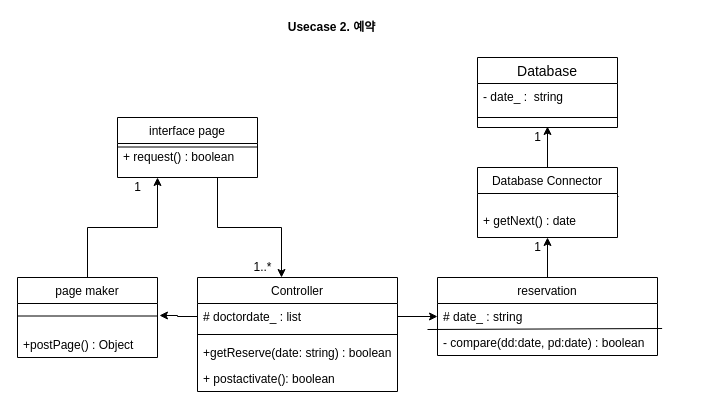
yhb1834/Smart-Health-Prediction-System keeps this draw.io diagram as doctor/class diagram/UC2.drawio. Above is the earlier version. Source tidied: cells renumbered, new cells numbered last; positions are measured from the earlier drawing's top-left corner, leaving out a move shared by most shapes. Both pictures are drawn from the tidied source at 100%, with x=0, y=0 at pixel (17, 17).
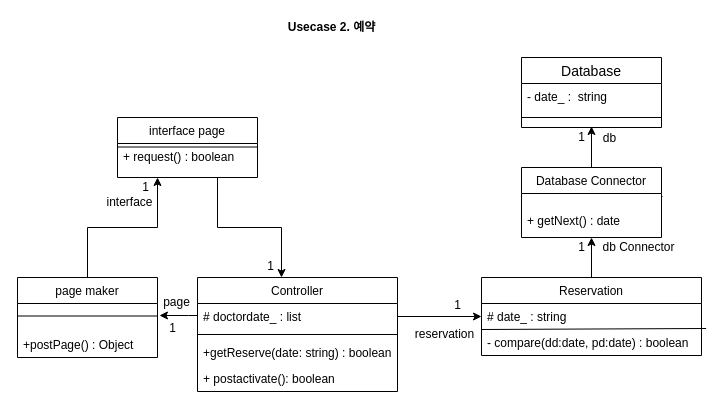
The same page after the edit.

The change refers to these unchanged cells:
```xml
<mxCell id="6" value="- compare(dd:date, pd:date) : boolean" style="text;strokeColor=none;fillColor=none;align=left;verticalAlign=top;spacingLeft=4;spacingRight=4;overflow=hidden;points=[[0,0.5],[1,0.5]];portConstraint=eastwest;" parent="3" vertex="1">
  <mxGeometry y="52" width="220" height="26" as="geometry" />
</mxCell>
<mxCell id="8" value="# doctordate_ : list" style="text;strokeColor=none;fillColor=none;align=left;verticalAlign=top;spacingLeft=4;spacingRight=4;overflow=hidden;points=[[0,0.5],[1,0.5]];portConstraint=eastwest;" parent="7" vertex="1">
  <mxGeometry y="26" width="200" height="26" as="geometry" />
</mxCell>
<mxCell id="26" value="&#10;&#10;+postPage() : Object" style="text;strokeColor=none;fillColor=none;align=left;verticalAlign=top;spacingLeft=4;spacingRight=4;overflow=hidden;points=[[0,0.5],[1,0.5]];portConstraint=eastwest;" parent="1" vertex="1">
  <mxGeometry y="286" width="140" height="54" as="geometry" />
</mxCell>
```

What changed in the source:
```diff
@@
-    <mxCell id="3" value="reservation" style="swimlane;fontStyle=0;horizontal=1;startSize=26;fillColor=none;" parent="1" vertex="1">
-      <mxGeometry x="420" y="260" width="220" height="78" as="geometry" />
+    <mxCell id="3" value="Reservation" style="swimlane;fontStyle=0;horizontal=1;startSize=26;fillColor=none;" parent="1" vertex="1">
+      <mxGeometry x="464" y="260" width="220" height="78" as="geometry" />
     </mxCell>
@@
-    <mxCell id="5" style="endArrow=none;html=1;rounded=0;entryX=1.021;entryY=-0.038;entryDx=0;entryDy=0;entryPerimeter=0;" parent="3" edge="1" target="6">
-      <mxGeometry relative="1" as="geometry">
-        <mxPoint x="-10" y="52" as="sourcePoint" />
-      </mxGeometry>
+    <mxCell id="5" style="endArrow=none;html=1;rounded=0;entryX=1.021;entryY=-0.038;entryDx=0;entryDy=0;entryPerimeter=0;exitX=0;exitY=0;exitDx=0;exitDy=0;exitPerimeter=0;" parent="3" edge="1" source="6" target="6">
+      <mxGeometry relative="1" as="geometry" />
     </mxCell>
@@
     <mxCell id="13" value="Database Connector" style="swimlane;fontStyle=0;horizontal=1;startSize=26;fillColor=none;" parent="1" vertex="1">
-      <mxGeometry x="460" y="150" width="140" height="70" as="geometry" />
+      <mxGeometry x="504" y="150" width="140" height="70" as="geometry" />
     </mxCell>
@@
     <mxCell id="23" value="Database" style="swimlane;fontStyle=0;horizontal=1;startSize=26;align=center;fontSize=14;" parent="1" vertex="1">
-      <mxGeometry x="460" y="40" width="140" height="70" as="geometry" />
+      <mxGeometry x="504" y="40" width="140" height="70" as="geometry" />
     </mxCell>
@@
     <mxCell id="28" style="edgeStyle=orthogonalEdgeStyle;rounded=0;jettySize=auto;html=1;entryX=1.014;entryY=0.222;entryDx=0;entryDy=0;entryPerimeter=0;" parent="1" edge="1" source="8" target="26">
-      <mxGeometry relative="1" as="geometry" />
+      <mxGeometry relative="1" as="geometry">
+        <Array as="points">
+          <mxPoint x="171" y="298" />
+          <mxPoint x="171" y="298" />
+        </Array>
+      </mxGeometry>
     </mxCell>
@@
-    <mxCell id="30" value="1..*" style="text;html=1;align=center;verticalAlign=middle;strokeColor=none;" parent="1" vertex="1">
-      <mxGeometry x="230" y="240" width="30" height="20" as="geometry" />
+    <mxCell id="30" value="1" style="text;html=1;align=center;verticalAlign=middle;strokeColor=none;" parent="1" vertex="1">
+      <mxGeometry x="244" y="240" width="17" height="18" as="geometry" />
     </mxCell>
     <mxCell id="31" value="1" style="text;html=1;align=center;verticalAlign=middle;strokeColor=none;" parent="1" vertex="1">
-      <mxGeometry x="510" y="220" width="20" height="20" as="geometry" />
+      <mxGeometry x="554" y="220" width="20" height="20" as="geometry" />
     </mxCell>
     <mxCell id="32" value="1" style="text;html=1;align=center;verticalAlign=middle;strokeColor=none;" parent="1" vertex="1">
-      <mxGeometry x="510" y="110" width="20" height="20" as="geometry" />
+      <mxGeometry x="554" y="110" width="20" height="20" as="geometry" />
     </mxCell>
     <mxCell id="33" value="1" style="text;html=1;align=center;verticalAlign=middle;strokeColor=none;" parent="1" vertex="1">
-      <mxGeometry x="110" y="160" width="20" height="20" as="geometry" />
+      <mxGeometry x="118" y="160" width="20" height="20" as="geometry" />
     </mxCell>
+    <mxCell id="34" value="1" style="text;html=1;align=center;verticalAlign=middle;strokeColor=none;" parent="1" vertex="1">
+      <mxGeometry x="146" y="302" width="17" height="18" as="geometry" />
+    </mxCell>
+    <mxCell id="35" value="1" style="text;html=1;align=center;verticalAlign=middle;strokeColor=none;" parent="1" vertex="1">
+      <mxGeometry x="431" y="279" width="17" height="18" as="geometry" />
+    </mxCell>
+    <mxCell id="36" value="db Connector" style="text;html=1;align=center;verticalAlign=middle;strokeColor=none;" parent="1" vertex="1">
+      <mxGeometry x="580" y="221" width="82" height="18" as="geometry" />
+    </mxCell>
+    <mxCell id="37" value="db" style="text;html=1;align=center;verticalAlign=middle;strokeColor=none;" parent="1" vertex="1">
+      <mxGeometry x="580" y="112" width="23" height="18" as="geometry" />
+    </mxCell>
+    <mxCell id="38" value="reservation" style="text;html=1;align=center;verticalAlign=middle;strokeColor=none;" parent="1" vertex="1">
+      <mxGeometry x="392" y="308" width="69" height="18" as="geometry" />
+    </mxCell>
+    <mxCell id="39" value="page" style="text;html=1;align=center;verticalAlign=middle;strokeColor=none;" parent="1" vertex="1">
+      <mxGeometry x="140" y="276" width="37" height="18" as="geometry" />
+    </mxCell>
+    <mxCell id="40" value="interface" style="text;html=1;align=center;verticalAlign=middle;strokeColor=none;" parent="1" vertex="1">
+      <mxGeometry x="84" y="176" width="56" height="18" as="geometry" />
+    </mxCell>
```
